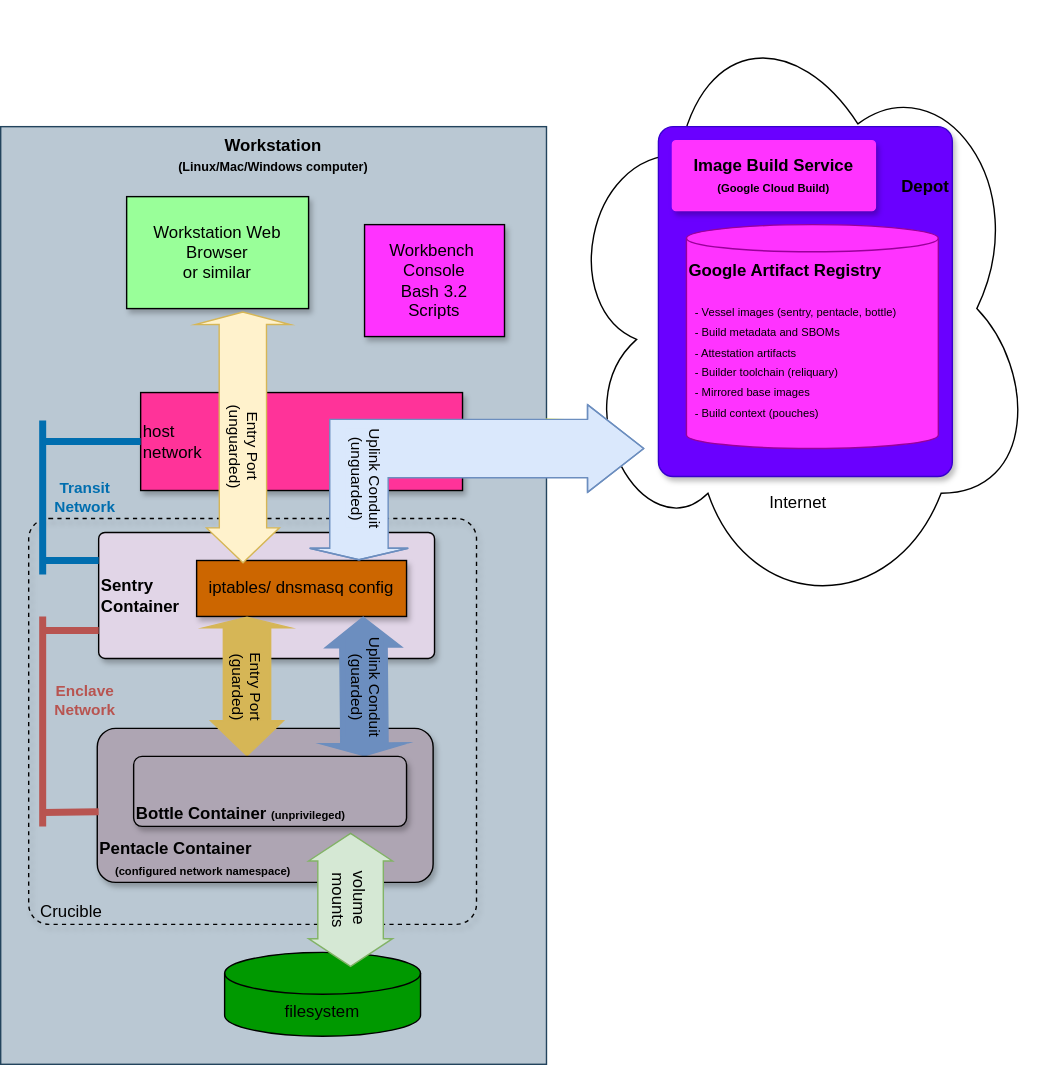
This is rbm-abstract-drawio.svg from bhyslop/recipemuster, a draw.io export, as it was before one commit. Source tidied: cells renumbered, new cells last; positions are measured from the earlier drawing's top-left corner, leaving out a move shared by most shapes.
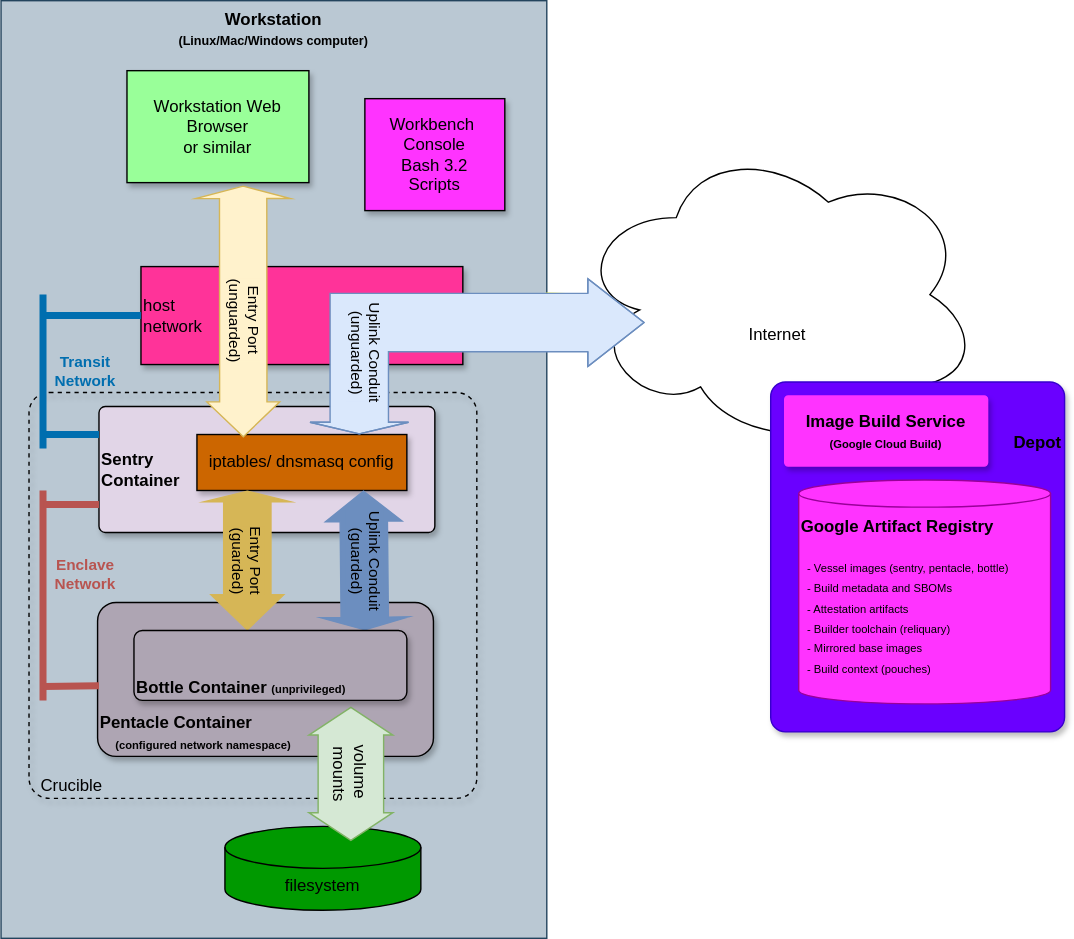
Above is the later version.

Change to the diagram source:
```diff
@@ -93,28 +93,31 @@
       <mxGeometry x="95" y="540" width="195" height="50" as="geometry" />
     </mxCell>
     <mxCell id="22" value="&lt;div&gt;&lt;span style=&quot;background-color: transparent; color: light-dark(rgb(0, 0, 0), rgb(255, 255, 255));&quot;&gt;Internet&lt;/span&gt;&lt;/div&gt;&lt;div&gt;&lt;span style=&quot;background-color: transparent; color: light-dark(rgb(0, 0, 0), rgb(255, 255, 255));&quot;&gt;&lt;br&gt;&lt;/span&gt;&lt;/div&gt;&lt;div&gt;&lt;span style=&quot;background-color: transparent; color: light-dark(rgb(0, 0, 0), rgb(255, 255, 255));&quot;&gt;&lt;br&gt;&lt;/span&gt;&lt;/div&gt;&lt;div&gt;&lt;span style=&quot;background-color: transparent; color: light-dark(rgb(0, 0, 0), rgb(255, 255, 255));&quot;&gt;&lt;br&gt;&lt;/span&gt;&lt;/div&gt;&lt;div&gt;&lt;span style=&quot;background-color: transparent; color: light-dark(rgb(0, 0, 0), rgb(255, 255, 255));&quot;&gt;&lt;br&gt;&lt;/span&gt;&lt;/div&gt;&lt;div&gt;&lt;span style=&quot;background-color: transparent; color: light-dark(rgb(0, 0, 0), rgb(255, 255, 255));&quot;&gt;&lt;br&gt;&lt;/span&gt;&lt;/div&gt;" style="ellipse;shape=cloud;whiteSpace=wrap;html=1;verticalAlign=bottom;" parent="1" vertex="1">
-      <mxGeometry x="400" width="340" height="440" as="geometry" />
+      <mxGeometry x="410" y="190" width="290" height="220" as="geometry" />
     </mxCell>
+    <mxCell id="25" value="Uplink Conduit&lt;div&gt;(unguarded)&lt;/div&gt;" style="shape=flexArrow;endArrow=classic;startArrow=classic;html=1;rounded=0;width=41.714285714285715;endSize=2.4238095238095236;startSize=13.060606060606062;endWidth=27.755102040816325;textDirection=vertical-rl;fillColor=#dae8fc;strokeColor=#6c8ebf;labelBackgroundColor=#DAE8FC;fontColor=#000000;" parent="1" edge="1">
+      <mxGeometry x="0.94" y="4" relative="1" as="geometry">
+        <mxPoint x="460" y="320" as="sourcePoint" />
+        <mxPoint x="256" y="400" as="targetPoint" />
+        <Array as="points">
+          <mxPoint x="256" y="320" />
+        </Array>
+      </mxGeometry>
+    </mxCell>
+    <mxCell id="26" value="Workbench&amp;nbsp;&lt;div&gt;Console&lt;/div&gt;&lt;div&gt;Bash 3.2&lt;/div&gt;&lt;div&gt;Scripts&lt;/div&gt;" style="whiteSpace=wrap;html=1;rounded=0;glass=0;shadow=1;arcSize=5;fillColor=#FF33FF;strokeColor=#000000;fontColor=#000000;" parent="1" vertex="1">
+      <mxGeometry x="260" y="160" width="100" height="80" as="geometry" />
+    </mxCell>
+    <mxCell id="28" style="group;" parent="1" vertex="1">
+      <mxGeometry x="550" y="362.5" width="210" height="250" as="geometry" />
+    </mxCell>
-    <mxCell id="23" value="&lt;div&gt;&lt;br&gt;&lt;/div&gt;&lt;div&gt;&lt;br&gt;&lt;/div&gt;&lt;div&gt;&lt;span style=&quot;background-color: transparent; color: light-dark(rgb(0, 0, 0), rgb(237, 237, 237));&quot;&gt;&amp;nbsp; Depot&lt;/span&gt;&lt;/div&gt;" style="whiteSpace=wrap;html=1;rounded=1;glass=0;shadow=1;arcSize=5;verticalAlign=top;align=right;fillColor=#6a00ff;strokeColor=#3700CC;fontStyle=1;fontColor=#ffffff;" parent="1" vertex="1">
-      <mxGeometry x="470" y="90" width="210" height="250" as="geometry" />
+    <mxCell id="23" value="&lt;div&gt;&lt;br&gt;&lt;/div&gt;&lt;div&gt;&lt;br&gt;&lt;/div&gt;&lt;div&gt;&lt;span style=&quot;background-color: transparent; color: light-dark(rgb(0, 0, 0), rgb(237, 237, 237));&quot;&gt;&amp;nbsp; Depot&lt;/span&gt;&lt;/div&gt;" style="whiteSpace=wrap;html=1;rounded=1;glass=0;shadow=1;arcSize=5;verticalAlign=top;align=right;fillColor=#6a00ff;strokeColor=#3700CC;fontStyle=1;fontColor=#ffffff;" parent="28" vertex="1">
+      <mxGeometry width="210" height="250" as="geometry" />
     </mxCell>
-    <mxCell id="24" value="&lt;font style=&quot;color: rgb(0, 0, 0);&quot;&gt;&lt;b&gt;Google Artifact&amp;nbsp;&lt;/b&gt;&lt;b style=&quot;background-color: transparent;&quot;&gt;Registry&lt;/b&gt;&lt;/font&gt;&lt;div&gt;&lt;br&gt;&lt;div&gt;&lt;span style=&quot;font-size: 8px;&quot;&gt;&amp;nbsp; - Vessel images (sentry, pentacle, bottle)&lt;/span&gt;&lt;/div&gt;&lt;div&gt;&lt;span style=&quot;font-size: 8px;&quot;&gt;&amp;nbsp; - Build metadata and SBOMs&lt;/span&gt;&lt;/div&gt;&lt;div&gt;&lt;span style=&quot;font-size: 8px;&quot;&gt;&amp;nbsp; - Attestation artifacts&lt;/span&gt;&lt;/div&gt;&lt;div&gt;&lt;span style=&quot;font-size: 8px;&quot;&gt;&amp;nbsp; - Builder toolchain (reliquary)&lt;/span&gt;&lt;/div&gt;&lt;div&gt;&lt;span style=&quot;font-size: 8px;&quot;&gt;&amp;nbsp; - Mirrored base images&lt;/span&gt;&lt;/div&gt;&lt;div&gt;&lt;span style=&quot;font-size: 8px;&quot;&gt;&amp;nbsp; - Build context (pouches)&lt;/span&gt;&lt;/div&gt;&lt;/div&gt;" style="shape=cylinder3;whiteSpace=wrap;html=1;boundedLbl=1;backgroundOutline=1;size=9.705882352941245;fillColor=light-dark(#FF33FF, #e1d5e7);fontColor=#000000;strokeColor=#990099;verticalAlign=top;align=left;" parent="1" vertex="1">
-      <mxGeometry x="490" y="160" width="180" height="160" as="geometry" />
+    <mxCell id="24" value="&lt;font style=&quot;color: rgb(0, 0, 0);&quot;&gt;&lt;b&gt;Google Artifact&amp;nbsp;&lt;/b&gt;&lt;b style=&quot;background-color: transparent;&quot;&gt;Registry&lt;/b&gt;&lt;/font&gt;&lt;div&gt;&lt;br&gt;&lt;div&gt;&lt;span style=&quot;font-size: 8px;&quot;&gt;&amp;nbsp; - Vessel images (sentry, pentacle, bottle)&lt;/span&gt;&lt;/div&gt;&lt;div&gt;&lt;span style=&quot;font-size: 8px;&quot;&gt;&amp;nbsp; - Build metadata and SBOMs&lt;/span&gt;&lt;/div&gt;&lt;div&gt;&lt;span style=&quot;font-size: 8px;&quot;&gt;&amp;nbsp; - Attestation artifacts&lt;/span&gt;&lt;/div&gt;&lt;div&gt;&lt;span style=&quot;font-size: 8px;&quot;&gt;&amp;nbsp; - Builder toolchain (reliquary)&lt;/span&gt;&lt;/div&gt;&lt;div&gt;&lt;span style=&quot;font-size: 8px;&quot;&gt;&amp;nbsp; - Mirrored base images&lt;/span&gt;&lt;/div&gt;&lt;div&gt;&lt;span style=&quot;font-size: 8px;&quot;&gt;&amp;nbsp; - Build context (pouches)&lt;/span&gt;&lt;/div&gt;&lt;/div&gt;" style="shape=cylinder3;whiteSpace=wrap;html=1;boundedLbl=1;backgroundOutline=1;size=9.705882352941245;fillColor=light-dark(#FF33FF, #e1d5e7);fontColor=#000000;strokeColor=#990099;verticalAlign=top;align=left;" parent="28" vertex="1">
+      <mxGeometry x="20" y="70" width="180" height="160" as="geometry" />
     </mxCell>
-    <mxCell id="25" value="Uplink Conduit&lt;div&gt;(unguarded)&lt;/div&gt;" style="shape=flexArrow;endArrow=classic;startArrow=classic;html=1;rounded=0;width=41.714285714285715;endSize=2.4238095238095236;startSize=13.060606060606062;endWidth=27.755102040816325;textDirection=vertical-rl;fillColor=#dae8fc;strokeColor=#6c8ebf;labelBackgroundColor=#DAE8FC;fontColor=#000000;" parent="1" edge="1">
-      <mxGeometry x="0.94" y="4" relative="1" as="geometry">
-        <mxPoint x="460" y="320" as="sourcePoint" />
-        <mxPoint x="256" y="400" as="targetPoint" />
-        <Array as="points">
-          <mxPoint x="256" y="320" />
-        </Array>
-      </mxGeometry>
-    </mxCell>
-    <mxCell id="26" value="Workbench&amp;nbsp;&lt;div&gt;Console&lt;/div&gt;&lt;div&gt;Bash 3.2&lt;/div&gt;&lt;div&gt;Scripts&lt;/div&gt;" style="whiteSpace=wrap;html=1;rounded=0;glass=0;shadow=1;arcSize=5;fillColor=#FF33FF;strokeColor=#000000;fontColor=#000000;" parent="1" vertex="1">
-      <mxGeometry x="260" y="160" width="100" height="80" as="geometry" />
-    </mxCell>
-    <mxCell id="27" value="&lt;span style=&quot;background-color: transparent;&quot;&gt;Image Build Service&lt;/span&gt;&lt;div&gt;&lt;span style=&quot;font-size: 8px;&quot;&gt;(Google Cloud Build)&lt;/span&gt;&lt;/div&gt;" style="whiteSpace=wrap;html=1;rounded=1;glass=0;shadow=1;arcSize=5;verticalAlign=middle;align=center;fillColor=#FF33FF;strokeColor=#FF33FF;fontStyle=1;fontColor=#000000;" parent="1" vertex="1">
-      <mxGeometry x="480" y="100" width="145" height="50" as="geometry" />
+    <mxCell id="27" value="&lt;span style=&quot;background-color: transparent;&quot;&gt;Image Build Service&lt;/span&gt;&lt;div&gt;&lt;span style=&quot;font-size: 8px;&quot;&gt;(Google Cloud Build)&lt;/span&gt;&lt;/div&gt;" style="whiteSpace=wrap;html=1;rounded=1;glass=0;shadow=1;arcSize=5;verticalAlign=middle;align=center;fillColor=#FF33FF;strokeColor=#FF33FF;fontStyle=1;fontColor=#000000;" parent="28" vertex="1">
+      <mxGeometry x="10" y="10" width="145" height="50" as="geometry" />
     </mxCell>
   </root>
 </mxGraphModel>
```
